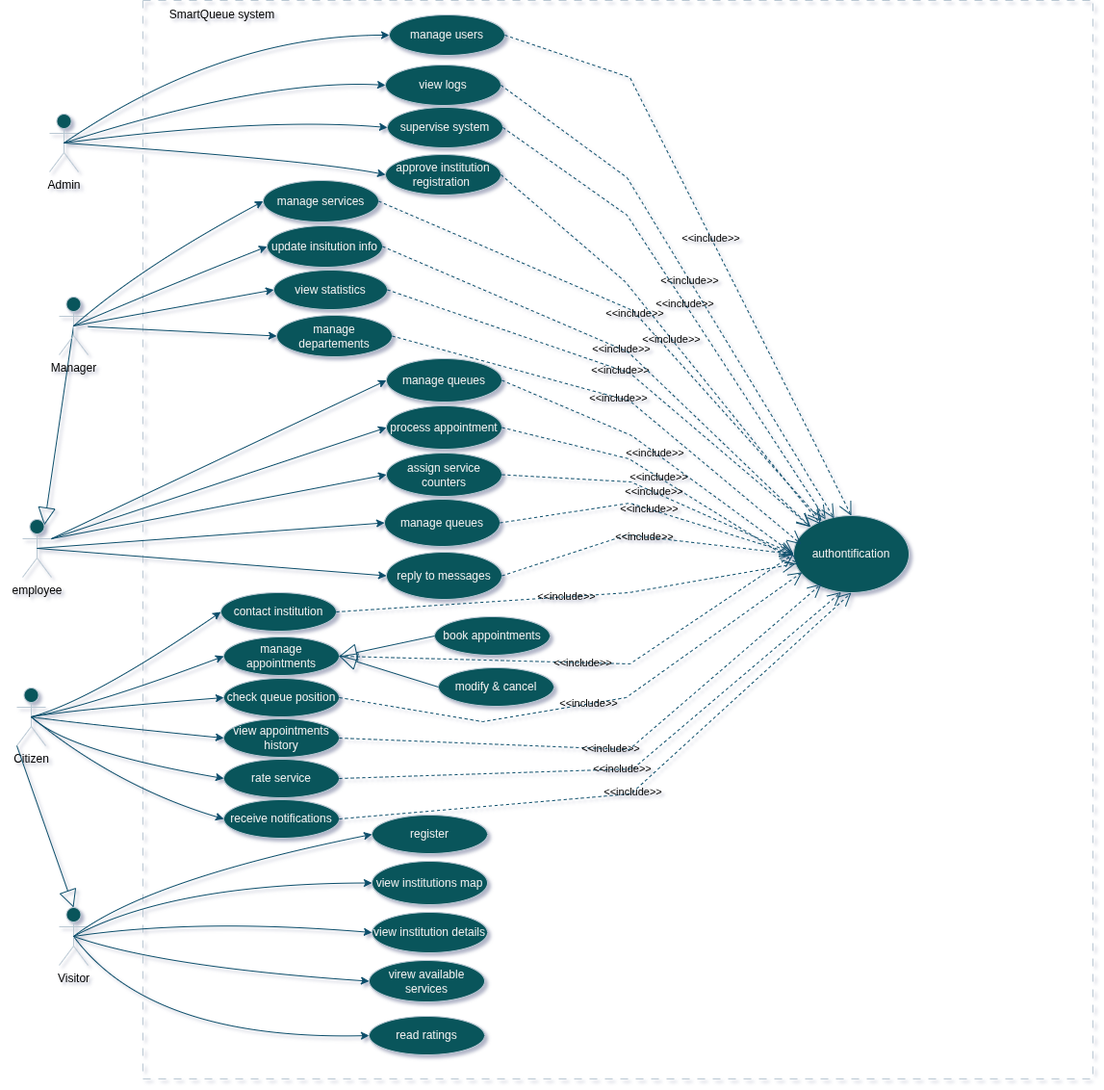
Above: diagramms/use case diagram.png in elgmouriabderrahim/SmartQueue (draw.io), before the change. Source tidied: cells renumbered, new cells last; positions are measured from the earlier drawing's top-left corner, leaving out a move shared by most shapes.
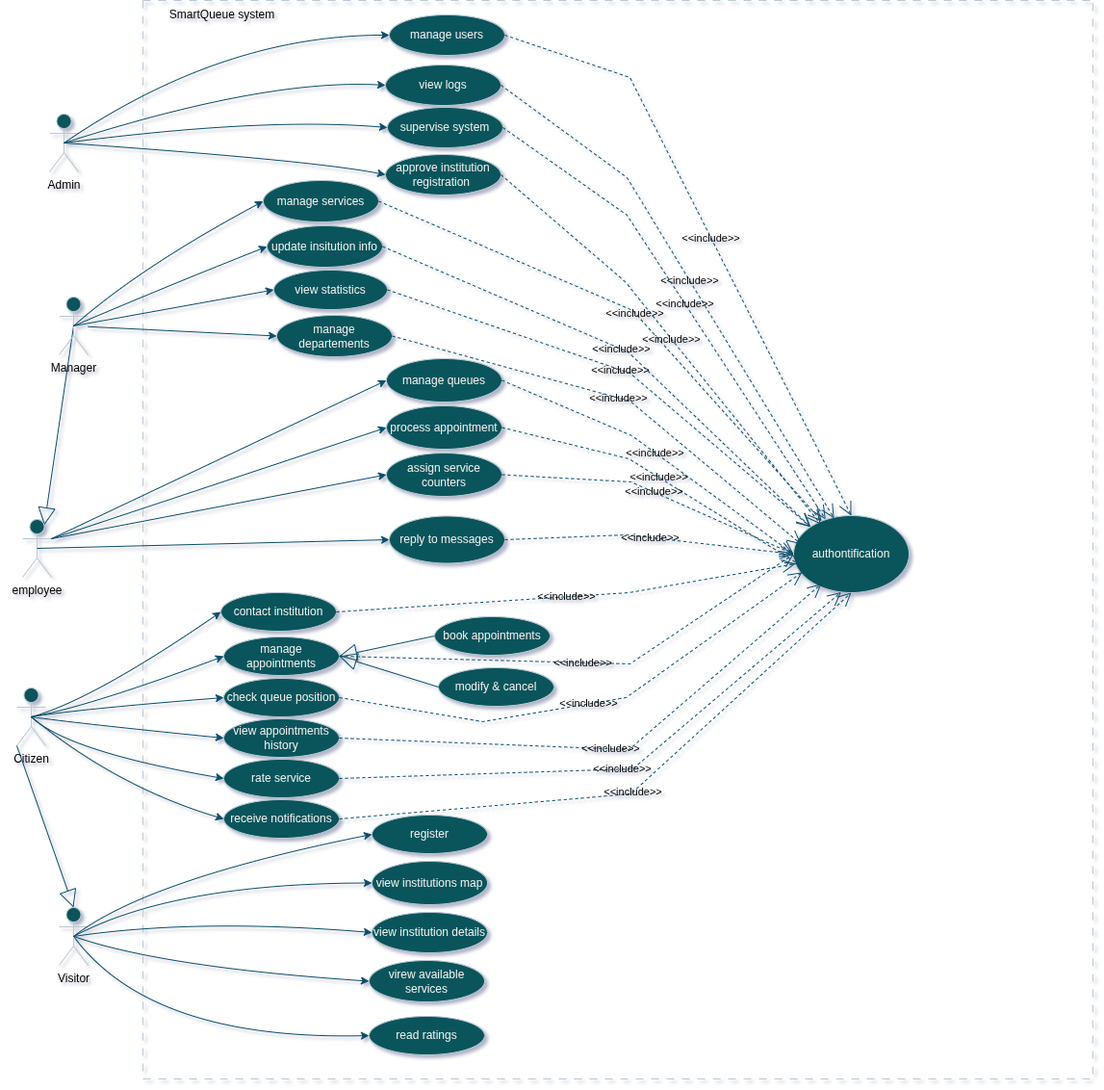
Above is the later version.

What changed in the source:
```diff
@@ -112,11 +112,8 @@
         </Array>
       </mxGeometry>
     </mxCell>
-    <mxCell id="24" value="manage queues" style="ellipse;whiteSpace=wrap;html=1;labelBackgroundColor=none;fillColor=#09555B;strokeColor=#BAC8D3;fontColor=#EEEEEE;" parent="2" vertex="1">
-      <mxGeometry x="251" y="518" width="120" height="49" as="geometry" />
-    </mxCell>
     <mxCell id="25" value="reply to messages" style="ellipse;whiteSpace=wrap;html=1;labelBackgroundColor=none;fillColor=#09555B;strokeColor=#BAC8D3;fontColor=#EEEEEE;" parent="2" vertex="1">
-      <mxGeometry x="253" y="573" width="120" height="49" as="geometry" />
+      <mxGeometry x="256" y="535.5" width="120" height="49" as="geometry" />
     </mxCell>
     <mxCell id="26" value="assign service counters" style="ellipse;whiteSpace=wrap;html=1;labelBackgroundColor=none;fillColor=#09555B;strokeColor=#BAC8D3;fontColor=#EEEEEE;" parent="2" vertex="1">
       <mxGeometry x="253" y="470" width="120" height="45" as="geometry" />
@@ -289,13 +286,6 @@
         </Array>
       </mxGeometry>
     </mxCell>
-    <mxCell id="63" value="&lt;span&gt;&lt;font style=&quot;color: light-dark(rgb(0, 0, 0), rgb(0, 0, 0));&quot;&gt;&amp;lt;&amp;lt;include&amp;gt;&amp;gt;&lt;/font&gt;&lt;/span&gt;" style="endArrow=open;endSize=12;dashed=1;html=1;rounded=0;exitX=1;exitY=0.5;exitDx=0;exitDy=0;labelBackgroundColor=none;fontColor=default;strokeColor=#0B4D6A;entryX=0;entryY=0.5;entryDx=0;entryDy=0;" parent="2" edge="1" source="24" target="9">
-      <mxGeometry relative="1" as="geometry">
-        <Array as="points">
-          <mxPoint x="506" y="522" />
-        </Array>
-      </mxGeometry>
-    </mxCell>
     <mxCell id="64" value="&lt;span&gt;&lt;font style=&quot;color: light-dark(rgb(0, 0, 0), rgb(0, 0, 0));&quot;&gt;&amp;lt;&amp;lt;include&amp;gt;&amp;gt;&lt;/font&gt;&lt;/span&gt;" style="endArrow=open;endSize=12;dashed=1;html=1;rounded=0;exitX=1;exitY=0.5;exitDx=0;exitDy=0;entryX=0;entryY=0.5;entryDx=0;entryDy=0;labelBackgroundColor=none;fontColor=default;strokeColor=#0B4D6A;" parent="2" edge="1" source="25" target="9">
       <mxGeometry relative="1" as="geometry">
         <Array as="points">
@@ -372,9 +362,6 @@
     <mxCell id="76" value="&lt;font style=&quot;color: light-dark(rgb(0, 0, 0), rgb(0, 0, 0));&quot;&gt;employee&lt;/font&gt;" style="shape=umlActor;verticalLabelPosition=bottom;verticalAlign=top;html=1;outlineConnect=0;labelBackgroundColor=none;fillColor=#09555B;strokeColor=#BAC8D3;fontColor=#EEEEEE;" parent="1" vertex="1">
       <mxGeometry x="6" y="539" width="30" height="60" as="geometry" />
     </mxCell>
-    <mxCell id="77" style="curved=1;endArrow=classic;html=1;rounded=0;entryX=0;entryY=0.5;entryDx=0;entryDy=0;exitX=0.5;exitY=0.5;exitDx=0;exitDy=0;exitPerimeter=0;labelBackgroundColor=none;fontColor=default;strokeColor=#0B4D6A;" parent="1" edge="1" source="76" target="24">
-      <mxGeometry relative="1" as="geometry" />
-    </mxCell>
     <mxCell id="78" style="curved=1;endArrow=classic;html=1;rounded=0;entryX=0;entryY=0.5;entryDx=0;entryDy=0;exitX=0.5;exitY=0.5;exitDx=0;exitDy=0;exitPerimeter=0;labelBackgroundColor=none;fontColor=default;strokeColor=#0B4D6A;" parent="1" edge="1" source="76" target="25">
       <mxGeometry relative="1" as="geometry" />
     </mxCell>
```
